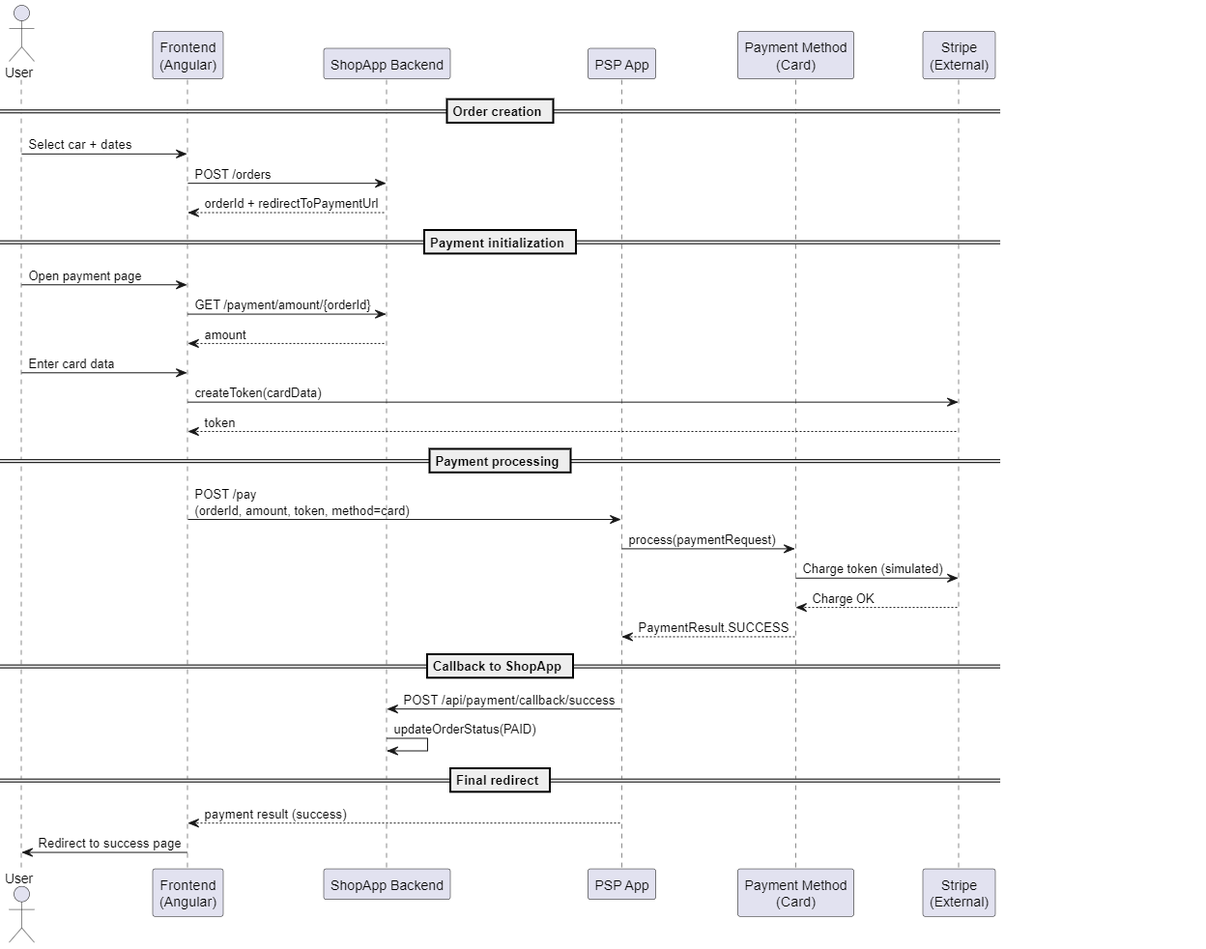
The PlantUML diagram payment_flow_diag.png in MarkoKuvizic/SEP-project, before a commit. Its source is kept beside it as payment_flow_diag.puml.
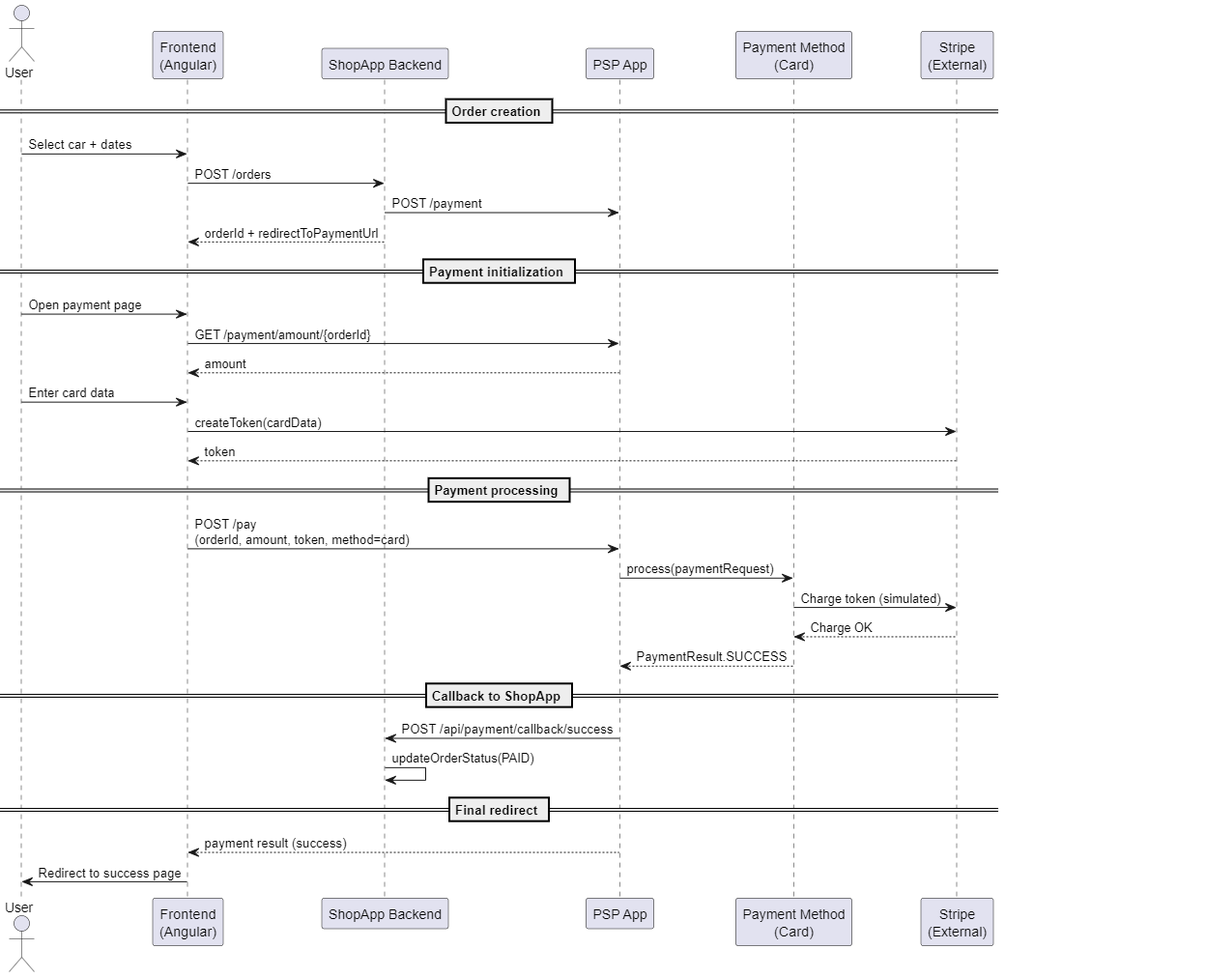
After the commit.

Commit message:
[Fix] Improved payment flow diagram

Change to the diagram source:
```diff
@@ -9,12 +9,13 @@
 == Order creation ==
 User -> FE: Select car + dates
 FE -> SHOP: POST /orders
+SHOP -> PSP: POST /payment
 SHOP --> FE: orderId + redirectToPaymentUrl
 
 == Payment initialization ==
 User -> FE: Open payment page
-FE -> SHOP: GET /payment/amount/{orderId}
-SHOP --> FE: amount
+FE -> PSP: GET /payment/amount/{orderId}
+PSP --> FE: amount
 
 User -> FE: Enter card data
 FE -> STRIPE: createToken(cardData)
```
